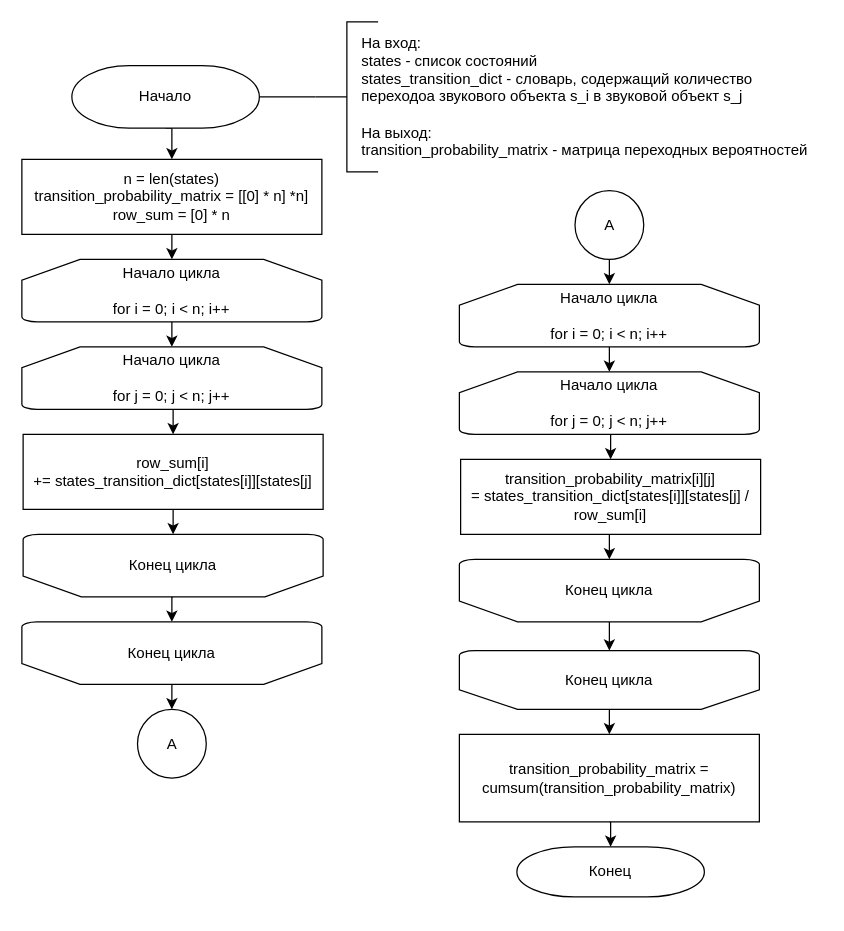
The draw.io diagram page "prob_matrix 2" (7 of 45) of docs/diags/diag.drawio in lenoleuum/bmstu-diploma, before the edit. Source tidied: cells renumbered, new cells numbered last; positions are measured from the earlier drawing's top-left corner, leaving out a move shared by most shapes. Both pictures are drawn from the tidied source at 125%, with x=0, y=0 at pixel (21, 21).
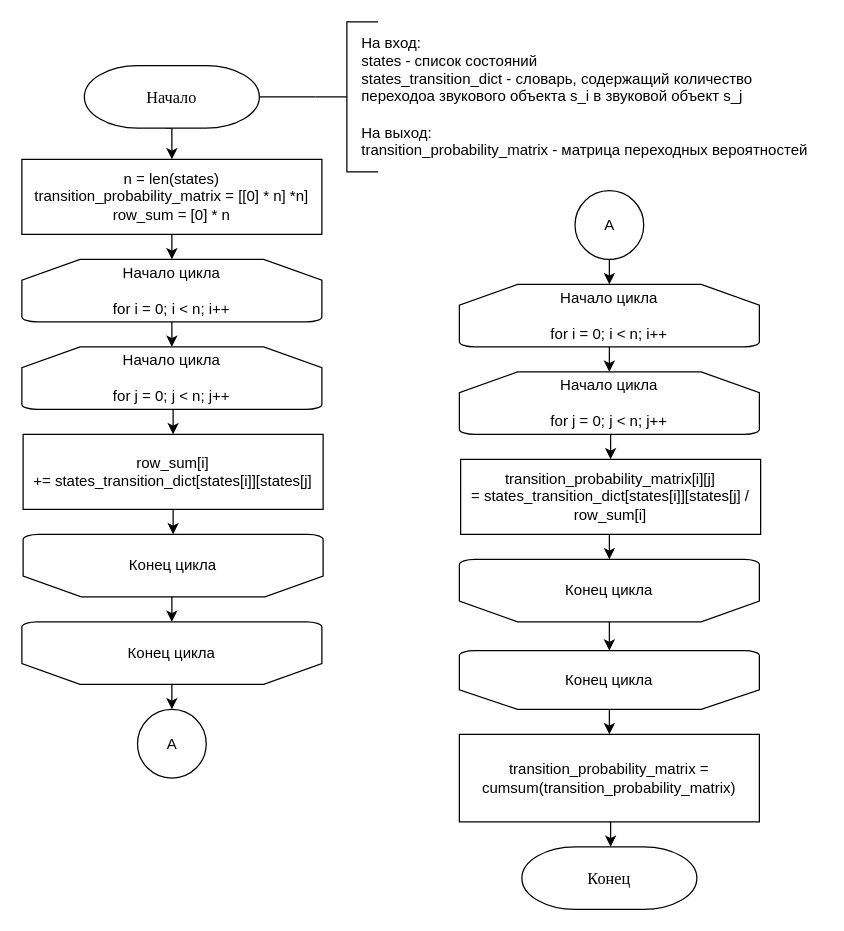
After the change.

Unchanged cells that the change refers to:
```xml
<mxCell id="5" value="n = len(&lt;span style=&quot;text-align: left&quot;&gt;states&lt;/span&gt;)&lt;br&gt;&lt;span style=&quot;text-align: left&quot;&gt;transition_probability_matrix&amp;nbsp;&lt;/span&gt;&lt;span style=&quot;text-align: left&quot;&gt;= [[0] * n] *n]&lt;br&gt;&lt;/span&gt;row_sum = [0] * n&lt;span style=&quot;text-align: left&quot;&gt;&lt;br&gt;&lt;/span&gt;" style="rounded=0;whiteSpace=wrap;html=1;absoluteArcSize=1;arcSize=14;strokeWidth=1;" parent="1" vertex="1">
  <mxGeometry y="110" width="240" height="60" as="geometry" />
</mxCell>
<mxCell id="7" style="strokeWidth=1;html=1;shape=mxgraph.flowchart.annotation_2;align=left;labelPosition=right;rounded=0;" parent="1" vertex="1">
  <mxGeometry x="235" width="50" height="120" as="geometry" />
</mxCell>
<mxCell id="22" value="&lt;span style=&quot;text-align: left&quot;&gt;transition_probability_matrix = cumsum(&lt;/span&gt;&lt;span style=&quot;text-align: left&quot;&gt;transition_probability_matrix&lt;/span&gt;&lt;span style=&quot;text-align: left&quot;&gt;)&lt;/span&gt;&lt;span style=&quot;text-align: left&quot;&gt;&lt;br&gt;&lt;/span&gt;" style="rounded=0;whiteSpace=wrap;html=1;absoluteArcSize=1;arcSize=14;strokeWidth=1;" parent="1" vertex="1">
  <mxGeometry x="350" y="570" width="240" height="70" as="geometry" />
</mxCell>
```

Diff of the diagram source:
```diff
@@
-    <mxCell id="2" style="edgeStyle=orthogonalEdgeStyle;rounded=0;jettySize=auto;html=1;exitX=0.5;exitY=1;exitDx=0;exitDy=0;exitPerimeter=0;entryX=0.5;entryY=0;entryDx=0;entryDy=0;" parent="1" edge="1" source="3" target="5">
-      <mxGeometry relative="1" as="geometry" />
+    <mxCell id="2" style="edgeStyle=orthogonalEdgeStyle;rounded=0;jettySize=auto;html=1;exitX=0.5;exitY=1;exitDx=0;exitDy=0;exitPerimeter=0;entryX=0.5;entryY=0;entryDx=0;entryDy=0;" parent="1" edge="1" target="5">
+      <mxGeometry relative="1" as="geometry">
+        <mxPoint x="115" y="85" as="sourcePoint" />
+      </mxGeometry>
     </mxCell>
-    <mxCell id="3" value="Начало" style="strokeWidth=1;html=1;shape=mxgraph.flowchart.terminator;whiteSpace=wrap;" parent="1" vertex="1">
-      <mxGeometry x="40" y="35" width="150" height="50" as="geometry" />
-    </mxCell>
@@
-    <mxCell id="6" style="edgeStyle=orthogonalEdgeStyle;rounded=0;jettySize=auto;html=1;exitX=0;exitY=0.5;exitDx=0;exitDy=0;exitPerimeter=0;entryX=1;entryY=0.5;entryDx=0;entryDy=0;entryPerimeter=0;endArrow=none;endFill=0;" parent="1" edge="1" source="7" target="3">
-      <mxGeometry relative="1" as="geometry" />
+    <mxCell id="6" style="edgeStyle=orthogonalEdgeStyle;rounded=0;jettySize=auto;html=1;exitX=0;exitY=0.5;exitDx=0;exitDy=0;exitPerimeter=0;entryX=1;entryY=0.5;entryDx=0;entryDy=0;entryPerimeter=0;endArrow=none;endFill=0;" parent="1" edge="1" source="7">
+      <mxGeometry relative="1" as="geometry">
+        <mxPoint x="190" y="60" as="targetPoint" />
+      </mxGeometry>
     </mxCell>
@@
-    <mxCell id="21" style="edgeStyle=orthogonalEdgeStyle;rounded=0;jettySize=auto;html=1;exitX=0.5;exitY=1;exitDx=0;exitDy=0;entryX=0.5;entryY=0;entryDx=0;entryDy=0;entryPerimeter=0;" parent="1" edge="1" source="22" target="23">
-      <mxGeometry relative="1" as="geometry" />
+    <mxCell id="21" style="edgeStyle=orthogonalEdgeStyle;rounded=0;jettySize=auto;html=1;exitX=0.5;exitY=1;exitDx=0;exitDy=0;entryX=0.5;entryY=0;entryDx=0;entryDy=0;entryPerimeter=0;" parent="1" edge="1" source="22">
+      <mxGeometry relative="1" as="geometry">
+        <mxPoint x="471" y="660" as="targetPoint" />
+      </mxGeometry>
     </mxCell>
@@
-    <mxCell id="23" value="Конец" style="strokeWidth=1;html=1;shape=mxgraph.flowchart.terminator;whiteSpace=wrap;" parent="1" vertex="1">
-      <mxGeometry x="396" y="660" width="150" height="40" as="geometry" />
-    </mxCell>
@@
+    <mxCell id="3" value="&lt;span style=&quot;font-family: &amp;#34;times new roman&amp;#34; ; font-size: 13px&quot;&gt;Начало&lt;/span&gt;" style="strokeWidth=1;html=1;shape=mxgraph.flowchart.terminator;whiteSpace=wrap;" parent="1" vertex="1">
+      <mxGeometry x="50" y="35" width="140" height="50" as="geometry" />
+    </mxCell>
+    <mxCell id="23" value="&lt;span style=&quot;font-family: &amp;#34;times new roman&amp;#34; ; font-size: 13px&quot;&gt;Конец&lt;/span&gt;" style="strokeWidth=1;html=1;shape=mxgraph.flowchart.terminator;whiteSpace=wrap;" parent="1" vertex="1">
+      <mxGeometry x="400" y="660" width="140" height="50" as="geometry" />
+    </mxCell>
```
